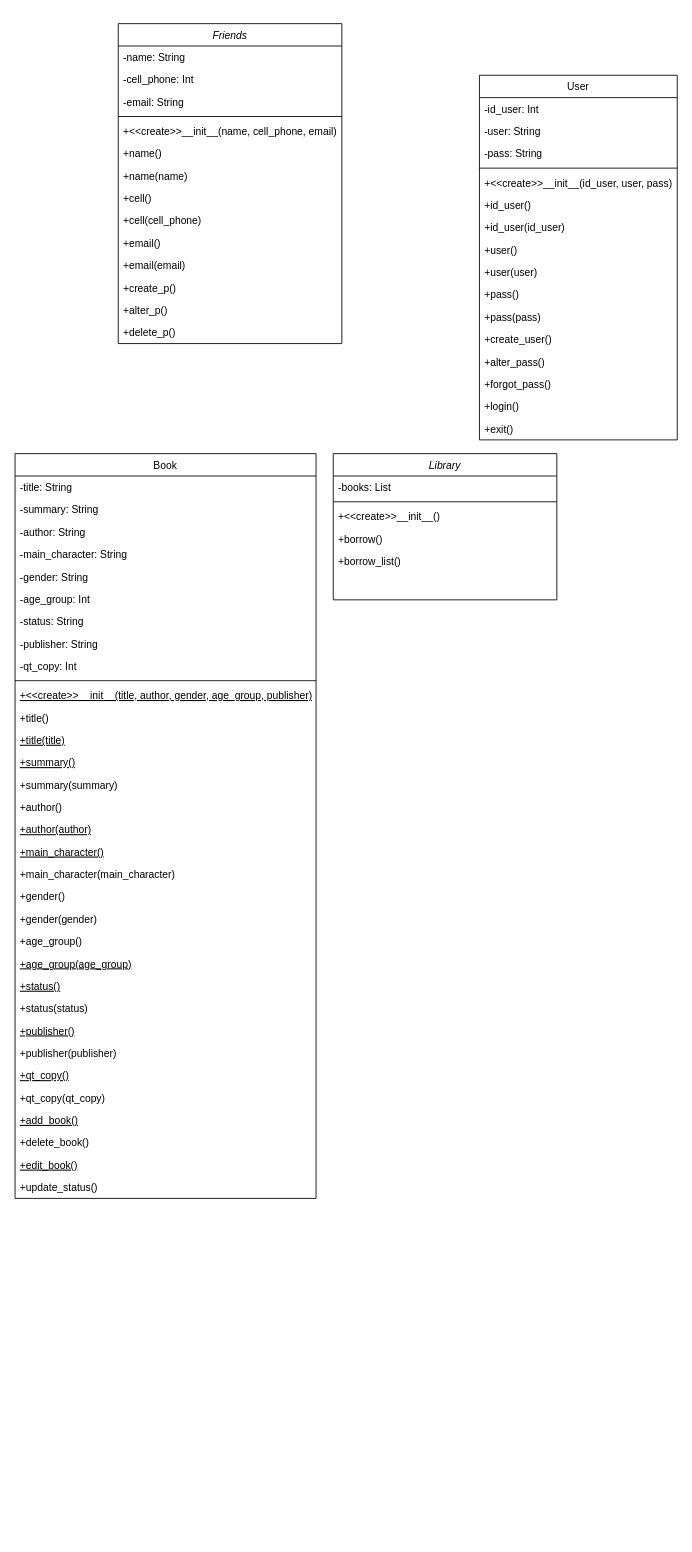
Before: bbs.drawio in ravisousag/INE5605, a draw.io diagram. Source tidied: cells renumbered, new cells numbered last; positions are measured from the earlier drawing's top-left corner, leaving out a move shared by most shapes. Both pictures are drawn from the tidied source at 86%, with x=0, y=0 at pixel (15, 23).
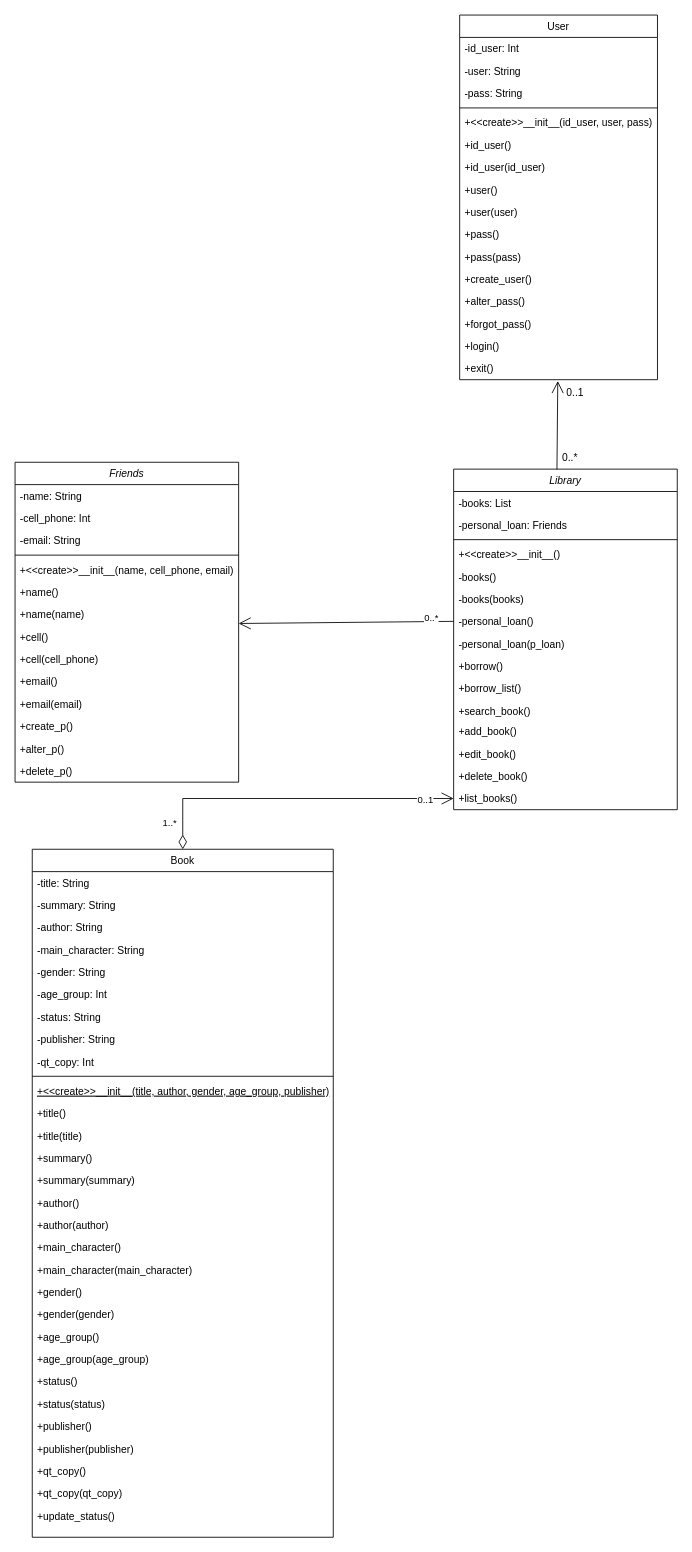
Above is the later version.

The change refers to these unchanged cells:
```xml
<mxCell id="9" value="+name(name)" style="text;align=left;verticalAlign=top;spacingLeft=4;spacingRight=4;overflow=hidden;points=[[0,0.5],[1,0.5]];portConstraint=eastwest;" parent="2" vertex="1">
  <mxGeometry y="164" width="260" height="26" as="geometry" />
</mxCell>
<mxCell id="67" value="+exit()" style="text;align=left;verticalAlign=top;spacingLeft=4;spacingRight=4;overflow=hidden;points=[[0,0.5],[1,0.5]];portConstraint=eastwest;" parent="51" vertex="1">
  <mxGeometry y="398" width="230" height="26" as="geometry" />
</mxCell>
```

Change to the diagram source:
```diff
@@
     <mxCell id="2" value="Friends" style="swimlane;fontStyle=2;align=center;verticalAlign=top;horizontal=1;startSize=26;rounded=0;shadow=0;strokeWidth=1;" parent="1" vertex="1">
-      <mxGeometry x="120" width="260" height="372" as="geometry" />
+      <mxGeometry y="510" width="260" height="372" as="geometry" />
     </mxCell>
@@
     <mxCell id="17" value="Book" style="swimlane;fontStyle=0;align=center;verticalAlign=top;horizontal=1;startSize=26;rounded=0;shadow=0;strokeWidth=1;" parent="1" vertex="1">
-      <mxGeometry y="500" width="350" height="866" as="geometry" />
+      <mxGeometry x="20" y="960" width="350" height="800" as="geometry" />
     </mxCell>
@@
-    <mxCell id="30" value="+title(title)" style="text;align=left;verticalAlign=top;spacingLeft=4;spacingRight=4;overflow=hidden;fontStyle=4;" parent="17" vertex="1">
+    <mxCell id="30" value="+title(title)" style="text;align=left;verticalAlign=top;spacingLeft=4;spacingRight=4;overflow=hidden;fontStyle=0;" parent="17" vertex="1">
       <mxGeometry y="320" width="350" height="26" as="geometry" />
     </mxCell>
-    <mxCell id="31" value="+summary()" style="text;align=left;verticalAlign=top;spacingLeft=4;spacingRight=4;overflow=hidden;fontStyle=4;" parent="17" vertex="1">
+    <mxCell id="31" value="+summary()" style="text;align=left;verticalAlign=top;spacingLeft=4;spacingRight=4;overflow=hidden;fontStyle=0;" parent="17" vertex="1">
       <mxGeometry y="346" width="350" height="26" as="geometry" />
     </mxCell>
@@
-    <mxCell id="34" value="+author(author)" style="text;align=left;verticalAlign=top;spacingLeft=4;spacingRight=4;overflow=hidden;fontStyle=4;" parent="17" vertex="1">
+    <mxCell id="34" value="+author(author)" style="text;align=left;verticalAlign=top;spacingLeft=4;spacingRight=4;overflow=hidden;fontStyle=0;" parent="17" vertex="1">
       <mxGeometry y="424" width="350" height="26" as="geometry" />
     </mxCell>
-    <mxCell id="35" value="+main_character()" style="text;align=left;verticalAlign=top;spacingLeft=4;spacingRight=4;overflow=hidden;fontStyle=4;" parent="17" vertex="1">
+    <mxCell id="35" value="+main_character()" style="text;align=left;verticalAlign=top;spacingLeft=4;spacingRight=4;overflow=hidden;fontStyle=0;" parent="17" vertex="1">
       <mxGeometry y="450" width="350" height="26" as="geometry" />
     </mxCell>
@@
-    <mxCell id="40" value="+age_group(age_group)" style="text;align=left;verticalAlign=top;spacingLeft=4;spacingRight=4;overflow=hidden;fontStyle=4;" parent="17" vertex="1">
+    <mxCell id="40" value="+age_group(age_group)" style="text;align=left;verticalAlign=top;spacingLeft=4;spacingRight=4;overflow=hidden;fontStyle=0;" parent="17" vertex="1">
       <mxGeometry y="580" width="350" height="26" as="geometry" />
     </mxCell>
-    <mxCell id="41" value="+status()" style="text;align=left;verticalAlign=top;spacingLeft=4;spacingRight=4;overflow=hidden;fontStyle=4;" parent="17" vertex="1">
+    <mxCell id="41" value="+status()" style="text;align=left;verticalAlign=top;spacingLeft=4;spacingRight=4;overflow=hidden;fontStyle=0;" parent="17" vertex="1">
       <mxGeometry y="606" width="350" height="26" as="geometry" />
     </mxCell>
@@
-    <mxCell id="43" value="+publisher()" style="text;align=left;verticalAlign=top;spacingLeft=4;spacingRight=4;overflow=hidden;fontStyle=4;" parent="17" vertex="1">
+    <mxCell id="43" value="+publisher()" style="text;align=left;verticalAlign=top;spacingLeft=4;spacingRight=4;overflow=hidden;fontStyle=0;" parent="17" vertex="1">
       <mxGeometry y="658" width="350" height="26" as="geometry" />
     </mxCell>
@@
-    <mxCell id="45" value="+qt_copy()" style="text;align=left;verticalAlign=top;spacingLeft=4;spacingRight=4;overflow=hidden;fontStyle=4;" parent="17" vertex="1">
+    <mxCell id="45" value="+qt_copy()" style="text;align=left;verticalAlign=top;spacingLeft=4;spacingRight=4;overflow=hidden;fontStyle=0;" parent="17" vertex="1">
       <mxGeometry y="710" width="350" height="26" as="geometry" />
     </mxCell>
@@
-    <mxCell id="47" value="+add_book()" style="text;align=left;verticalAlign=top;spacingLeft=4;spacingRight=4;overflow=hidden;fontStyle=4;" parent="17" vertex="1">
-      <mxGeometry y="762" width="350" height="26" as="geometry" />
-    </mxCell>
-    <mxCell id="48" value="+delete_book()" style="text;align=left;verticalAlign=top;spacingLeft=4;spacingRight=4;overflow=hidden;" parent="17" vertex="1">
-      <mxGeometry y="788" width="350" height="26" as="geometry" />
-    </mxCell>
-    <mxCell id="49" value="+edit_book()" style="text;align=left;verticalAlign=top;spacingLeft=4;spacingRight=4;overflow=hidden;fontStyle=4;" parent="17" vertex="1">
-      <mxGeometry y="814" width="350" height="26" as="geometry" />
-    </mxCell>
     <mxCell id="50" value="+update_status()" style="text;align=left;verticalAlign=top;spacingLeft=4;spacingRight=4;overflow=hidden;" parent="17" vertex="1">
-      <mxGeometry y="840" width="350" height="26" as="geometry" />
+      <mxGeometry y="762" width="350" height="26" as="geometry" />
     </mxCell>
     <mxCell id="51" value="User" style="swimlane;fontStyle=0;align=center;verticalAlign=top;horizontal=1;startSize=26;rounded=0;shadow=0;strokeWidth=1;" parent="1" vertex="1">
-      <mxGeometry x="540" y="60" width="230" height="424" as="geometry" />
+      <mxGeometry x="517" y="-10" width="230" height="424" as="geometry" />
     </mxCell>
@@
     <mxCell id="68" value="Library" style="swimlane;fontStyle=2;align=center;verticalAlign=top;horizontal=1;startSize=26;rounded=0;shadow=0;strokeWidth=1;" parent="1" vertex="1">
-      <mxGeometry x="370" y="500" width="260" height="170" as="geometry" />
+      <mxGeometry x="510" y="518" width="260" height="396" as="geometry" />
     </mxCell>
@@
+    <mxCell id="74" value="-personal_loan: Friends" style="text;align=left;verticalAlign=top;spacingLeft=4;spacingRight=4;overflow=hidden;" parent="68" vertex="1">
+      <mxGeometry y="52" width="260" height="26" as="geometry" />
+    </mxCell>
     <mxCell id="70" style="line;html=1;strokeWidth=1;align=left;verticalAlign=middle;spacingTop=-1;spacingLeft=3;spacingRight=3;labelPosition=right;" parent="68" vertex="1">
-      <mxGeometry y="52" width="260" height="8" as="geometry" />
+      <mxGeometry y="78" width="260" height="8" as="geometry" />
     </mxCell>
     <mxCell id="71" value="+&lt;&lt;create&gt;&gt;__init__()" style="text;align=left;verticalAlign=top;spacingLeft=4;spacingRight=4;overflow=hidden;" parent="68" vertex="1">
-      <mxGeometry y="60" width="260" height="26" as="geometry" />
+      <mxGeometry y="86" width="260" height="26" as="geometry" />
     </mxCell>
+    <mxCell id="75" value="-books()" style="text;align=left;verticalAlign=top;spacingLeft=4;spacingRight=4;overflow=hidden;" parent="68" vertex="1">
+      <mxGeometry y="112" width="260" height="26" as="geometry" />
+    </mxCell>
+    <mxCell id="76" value="-books(books)" style="text;align=left;verticalAlign=top;spacingLeft=4;spacingRight=4;overflow=hidden;" parent="68" vertex="1">
+      <mxGeometry y="138" width="260" height="26" as="geometry" />
+    </mxCell>
+    <mxCell id="77" value="-personal_loan()" style="text;align=left;verticalAlign=top;spacingLeft=4;spacingRight=4;overflow=hidden;points=[[0,0.5],[1,0.5]];portConstraint=eastwest;" parent="68" vertex="1">
+      <mxGeometry y="164" width="260" height="26" as="geometry" />
+    </mxCell>
+    <mxCell id="78" value="-personal_loan(p_loan)" style="text;align=left;verticalAlign=top;spacingLeft=4;spacingRight=4;overflow=hidden;" parent="68" vertex="1">
+      <mxGeometry y="190" width="260" height="26" as="geometry" />
+    </mxCell>
     <mxCell id="72" value="+borrow()" style="text;align=left;verticalAlign=top;spacingLeft=4;spacingRight=4;overflow=hidden;" parent="68" vertex="1">
-      <mxGeometry y="86" width="260" height="26" as="geometry" />
+      <mxGeometry y="216" width="260" height="26" as="geometry" />
     </mxCell>
     <mxCell id="73" value="+borrow_list()" style="text;align=left;verticalAlign=top;spacingLeft=4;spacingRight=4;overflow=hidden;" parent="68" vertex="1">
-      <mxGeometry y="112" width="260" height="26" as="geometry" />
+      <mxGeometry y="242" width="260" height="26" as="geometry" />
     </mxCell>
+    <mxCell id="79" value="+search_book()" style="text;align=left;verticalAlign=top;spacingLeft=4;spacingRight=4;overflow=hidden;" parent="68" vertex="1">
+      <mxGeometry y="268" width="260" height="24" as="geometry" />
+    </mxCell>
+    <mxCell id="47" value="+add_book()" style="text;align=left;verticalAlign=top;spacingLeft=4;spacingRight=4;overflow=hidden;fontStyle=0;" parent="68" vertex="1">
+      <mxGeometry y="292" width="260" height="26" as="geometry" />
+    </mxCell>
+    <mxCell id="49" value="+edit_book()" style="text;align=left;verticalAlign=top;spacingLeft=4;spacingRight=4;overflow=hidden;fontStyle=0;" parent="68" vertex="1">
+      <mxGeometry y="318" width="260" height="26" as="geometry" />
+    </mxCell>
+    <mxCell id="48" value="+delete_book()" style="text;align=left;verticalAlign=top;spacingLeft=4;spacingRight=4;overflow=hidden;" parent="68" vertex="1">
+      <mxGeometry y="344" width="260" height="26" as="geometry" />
+    </mxCell>
+    <mxCell id="80" value="+list_books()" style="text;align=left;verticalAlign=top;spacingLeft=4;spacingRight=4;overflow=hidden;points=[[0,0.5],[1,0.5]];portConstraint=eastwest;" parent="68" vertex="1">
+      <mxGeometry y="370" width="260" height="26" as="geometry" />
+    </mxCell>
+    <mxCell id="81" value="1..*" style="endArrow=open;html=1;endSize=12;startArrow=diamondThin;startSize=14;startFill=0;edgeStyle=orthogonalEdgeStyle;align=left;verticalAlign=bottom;rounded=0;exitX=0.5;exitY=0;exitDx=0;exitDy=0;entryX=0;entryY=0.5;entryDx=0;entryDy=0;" parent="1" edge="1" source="17" target="80">
+      <mxGeometry x="-0.88" y="25" relative="1" as="geometry" />
+    </mxCell>
+    <mxCell id="82" value="0..1" style="edgeLabel;html=1;align=center;verticalAlign=middle;" parent="81" vertex="1">
+      <mxGeometry x="0.82" relative="1" as="geometry">
+        <mxPoint y="1" as="offset" />
+      </mxGeometry>
+    </mxCell>
+    <mxCell id="83" style="endArrow=open;endFill=1;endSize=12;html=1;rounded=0;exitX=0;exitY=0.5;exitDx=0;exitDy=0;entryX=1;entryY=0.904;entryDx=0;entryDy=0;entryPerimeter=0;" parent="1" edge="1" source="77" target="9">
+      <mxGeometry relative="1" as="geometry" />
+    </mxCell>
+    <mxCell id="84" value="0..*" style="edgeLabel;html=1;align=center;verticalAlign=middle;" parent="83" vertex="1">
+      <mxGeometry x="-0.79" y="-5" relative="1" as="geometry" />
+    </mxCell>
+    <mxCell id="85" style="endArrow=open;endFill=1;endSize=12;html=1;rounded=0;exitX=0.462;exitY=0.001;exitDx=0;exitDy=0;exitPerimeter=0;entryX=0.496;entryY=1.058;entryDx=0;entryDy=0;entryPerimeter=0;" parent="1" edge="1" source="68" target="67">
+      <mxGeometry relative="1" as="geometry" />
+    </mxCell>
+    <mxCell id="86" value="0..*" style="text;html=1;align=center;verticalAlign=middle;strokeColor=none;fillColor=none;" parent="1" vertex="1">
+      <mxGeometry x="625" y="490" width="40" height="30" as="geometry" />
+    </mxCell>
+    <mxCell id="87" value="0..1" style="text;html=1;align=center;verticalAlign=middle;strokeColor=none;fillColor=none;" parent="1" vertex="1">
+      <mxGeometry x="631" y="414" width="40" height="30" as="geometry" />
+    </mxCell>
```
